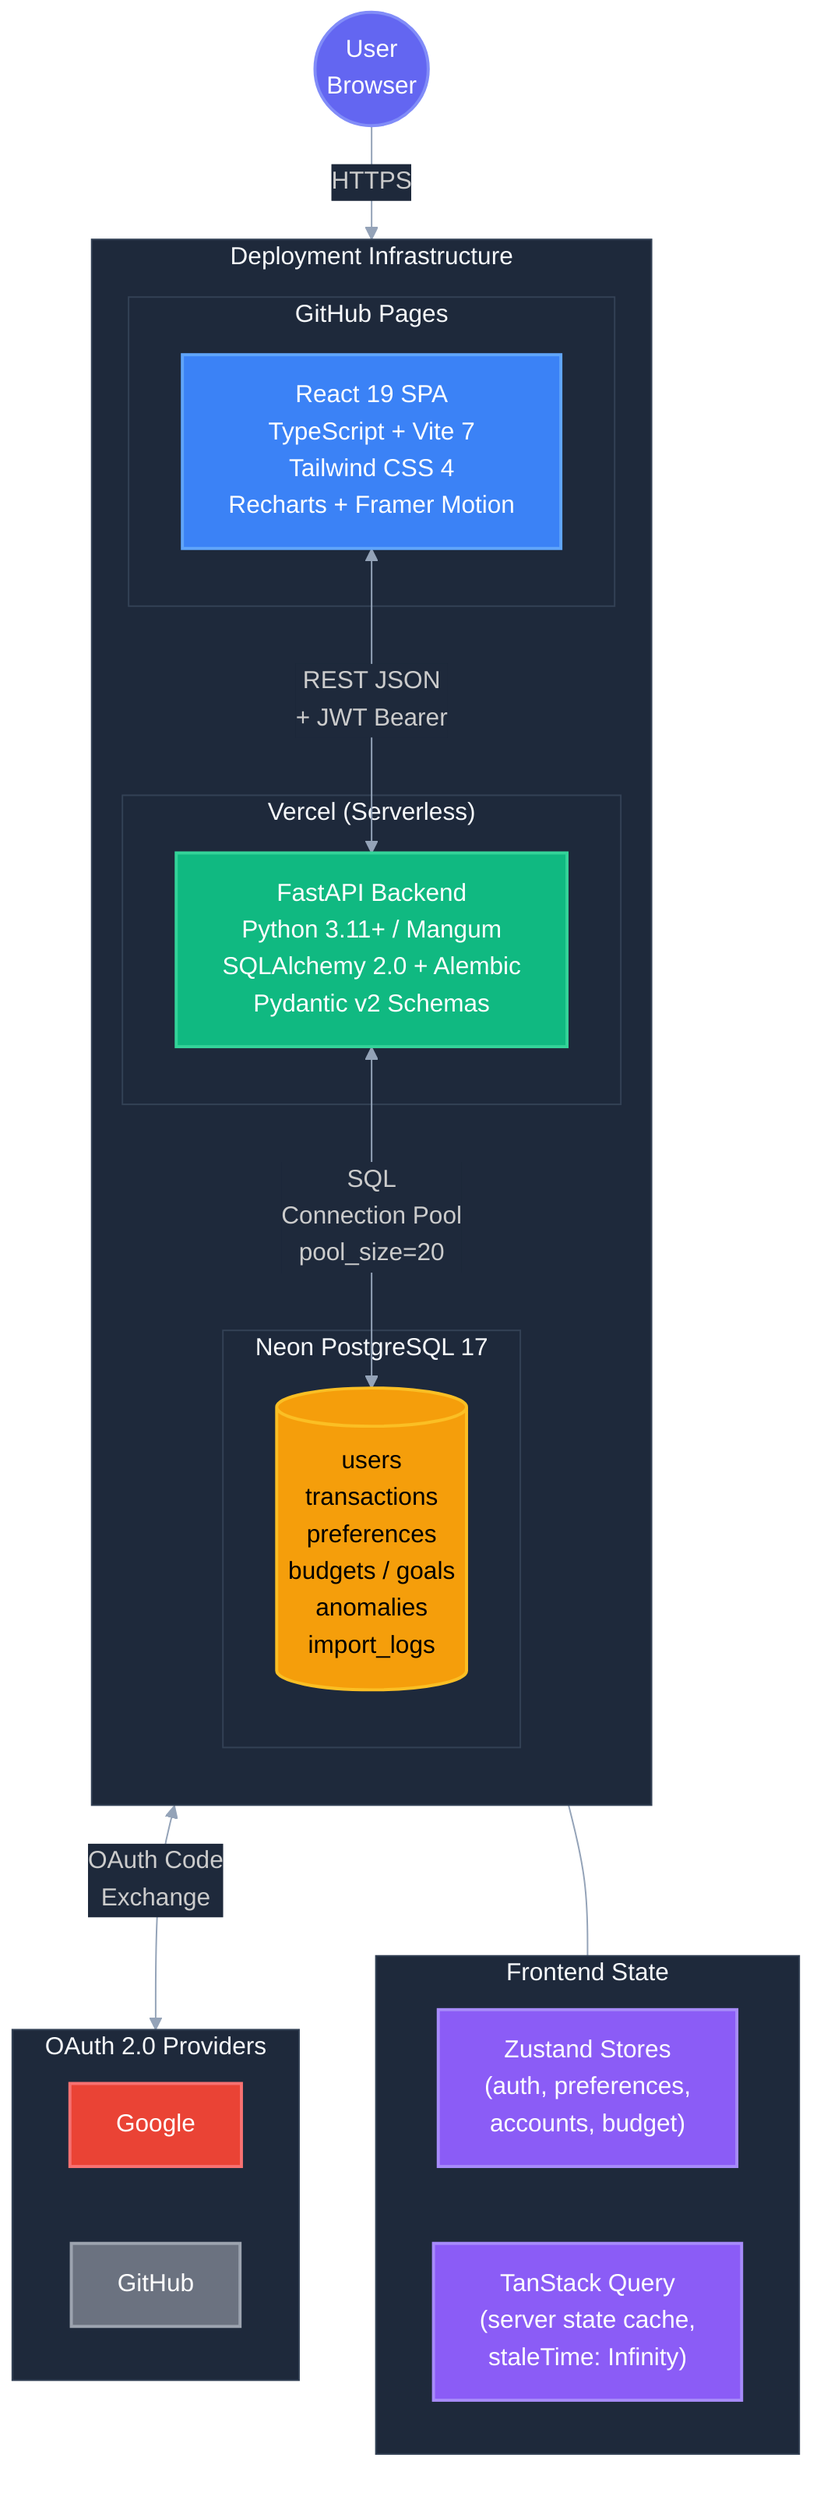
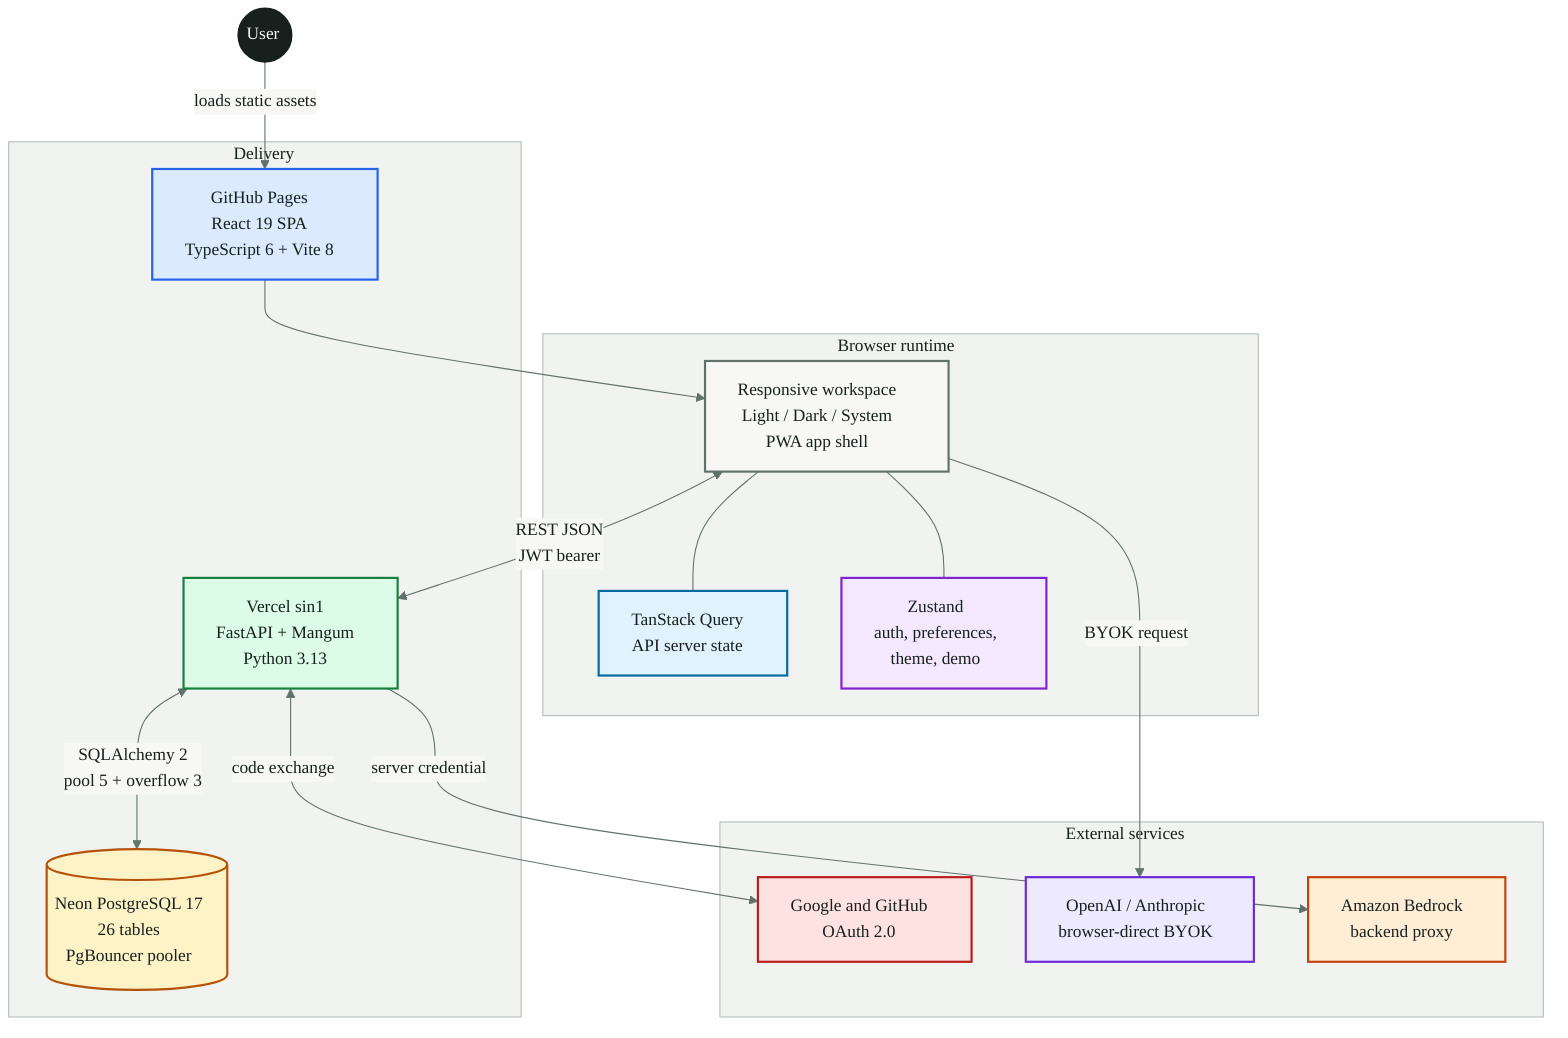
- %%{init: {'theme': 'dark', 'themeVariables': {'primaryColor': '#6366f1', 'primaryTextColor': '#fff', 'primaryBorderColor': '#818cf8', 'lineColor': '#94a3b8', 'secondaryColor': '#1e293b', 'tertiaryColor': '#0f172a', 'background': '#0f172a', 'mainBkg': '#1e293b', 'nodeBorder': '#334155', 'clusterBkg': '#1e293b', 'clusterBorder': '#334155', 'titleColor': '#f8fafc', 'edgeLabelBackground': '#1e293b'}}}%%
+ %%{init: {'theme': 'base', 'themeVariables': {'fontFamily': 'Arial, sans-serif', 'primaryColor': '#eef2f1', 'primaryTextColor': '#17201d', 'primaryBorderColor': '#63716c', 'lineColor': '#63716c', 'secondaryColor': '#edf2f7', 'tertiaryColor': '#f7f7f5', 'background': '#f7f7f5', 'mainBkg': '#f7f7f5', 'nodeBorder': '#8a9691', 'clusterBkg': '#f1f3f1', 'clusterBorder': '#b5bdb9', 'titleColor': '#17201d', 'edgeLabelBackground': '#f7f7f5'}}}%%
flowchart TB
-     subgraph DEPLOY["  Deployment Infrastructure  "]
-         direction TB
-         subgraph GHP["  GitHub Pages  "]
-             FE["React 19 SPA\nTypeScript + Vite 7\nTailwind CSS 4\nRecharts + Framer Motion"]
-         end
-         subgraph VERCEL["  Vercel (Serverless)  "]
-             BE["FastAPI Backend\nPython 3.11+ / Mangum\nSQLAlchemy 2.0 + Alembic\nPydantic v2 Schemas"]
-         end
-         subgraph NEON["  Neon PostgreSQL 17  "]
-             DB[("users\ntransactions\npreferences\nbudgets / goals\nanomalies\nimport_logs")]
-         end
+     USER((User))
+ 
+     subgraph DELIVERY["Delivery"]
+         PAGES["GitHub Pages<br/>React 19 SPA<br/>TypeScript 6 + Vite 8"]
+         VERCEL["Vercel sin1<br/>FastAPI + Mangum<br/>Python 3.13"]
+         NEON[("Neon PostgreSQL 17<br/>26 tables<br/>PgBouncer pooler")]
    end

-     subgraph OAUTH["  OAuth 2.0 Providers  "]
-         G["Google"]
-         GH["GitHub"]
+     subgraph BROWSER["Browser runtime"]
+         APP["Responsive workspace<br/>Light / Dark / System<br/>PWA app shell"]
+         QUERY["TanStack Query<br/>API server state"]
+         STORES["Zustand<br/>auth, preferences,<br/>theme, demo"]
+         APP --- QUERY
+         APP --- STORES
    end

-     subgraph STATE["  Frontend State  "]
-         ZS["Zustand Stores\n(auth, preferences,\naccounts, budget)"]
-         TQ["TanStack Query\n(server state cache,\nstaleTime: Infinity)"]
+     subgraph EXTERNAL["External services"]
+         OAUTH["Google and GitHub<br/>OAuth 2.0"]
+         AI["OpenAI / Anthropic<br/>browser-direct BYOK"]
+         BEDROCK["Amazon Bedrock<br/>backend proxy"]
    end

-     USER((User\nBrowser)) -->|HTTPS| FE
-     FE <-->|REST JSON\n+ JWT Bearer| BE
-     BE <-->|OAuth Code\nExchange| OAUTH
-     BE <-->|SQL\nConnection Pool\npool_size=20| DB
-     FE --- STATE
+     USER -->|loads static assets| PAGES
+     PAGES --> APP
+     APP <-->|REST JSON<br/>JWT bearer| VERCEL
+     VERCEL <-->|SQLAlchemy 2<br/>pool 5 + overflow 3| NEON
+     VERCEL <-->|code exchange| OAUTH
+     APP -->|BYOK request| AI
+     VERCEL -->|server credential| BEDROCK

-     style USER fill:#6366f1,color:#fff,stroke:#818cf8,stroke-width:2px
-     style FE fill:#3b82f6,color:#fff,stroke:#60a5fa,stroke-width:2px
-     style BE fill:#10b981,color:#fff,stroke:#34d399,stroke-width:2px
-     style DB fill:#f59e0b,color:#000,stroke:#fbbf24,stroke-width:2px
-     style G fill:#ea4335,color:#fff,stroke:#f87171,stroke-width:2px
-     style GH fill:#6b7280,color:#fff,stroke:#9ca3af,stroke-width:2px
-     style ZS fill:#8b5cf6,color:#fff,stroke:#a78bfa,stroke-width:2px
-     style TQ fill:#8b5cf6,color:#fff,stroke:#a78bfa,stroke-width:2px
+     style USER fill:#17201d,color:#f7f7f5,stroke:#17201d,stroke-width:2px
+     style PAGES fill:#dbeafe,color:#17201d,stroke:#2563eb,stroke-width:2px
+     style VERCEL fill:#dcfce7,color:#17201d,stroke:#15803d,stroke-width:2px
+     style NEON fill:#fef3c7,color:#17201d,stroke:#b45309,stroke-width:2px
+     style APP fill:#f7f7f5,color:#17201d,stroke:#63716c,stroke-width:2px
+     style QUERY fill:#e0f2fe,color:#17201d,stroke:#0369a1,stroke-width:2px
+     style STORES fill:#f3e8ff,color:#17201d,stroke:#7e22ce,stroke-width:2px
+     style OAUTH fill:#fee2e2,color:#17201d,stroke:#b91c1c,stroke-width:2px
+     style AI fill:#ede9fe,color:#17201d,stroke:#6d28d9,stroke-width:2px
+     style BEDROCK fill:#ffedd5,color:#17201d,stroke:#c2410c,stroke-width:2px
